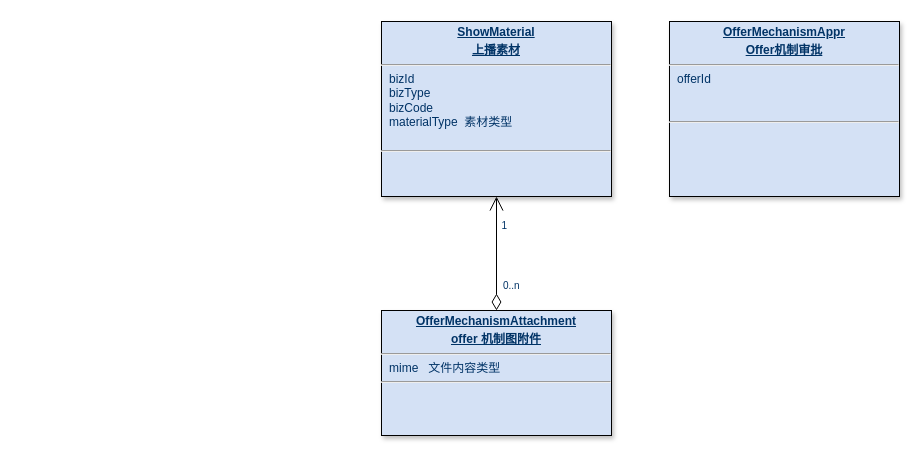
Before: page "Offer素材-设计" (20 of 23) of 美one.drawio in rockywade/draw, a draw.io diagram. Source tidied: cells renumbered, new cells numbered last; positions are measured from the earlier drawing's top-left corner, leaving out a move shared by most shapes. Both pictures are drawn from the tidied source at 100%, with x=0, y=0 at pixel (381, 21).
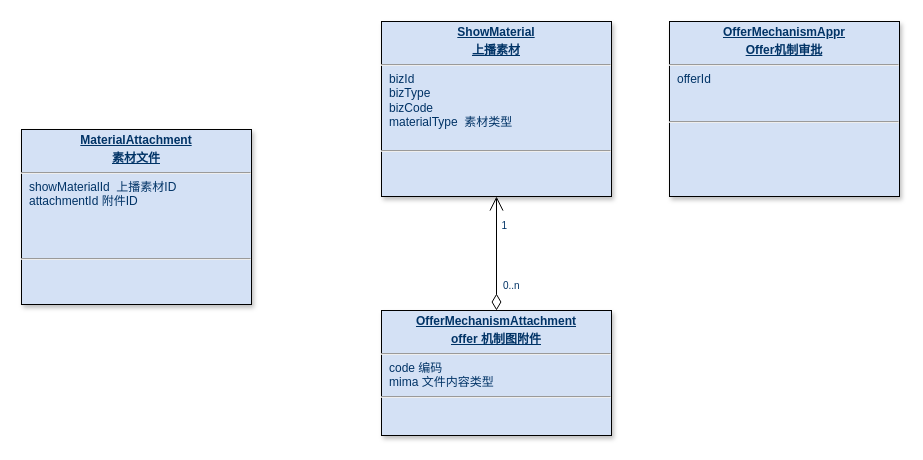
The same diagram, later.

Change to the diagram source:
```diff
@@
 <mxGraphModel>
   <root>
     <mxCell id="0" />
     <mxCell id="1" parent="0" />
     <mxCell id="2" value="&lt;p style=&quot;margin: 4px 0px 0px; text-align: center;&quot;&gt;&lt;span style=&quot;background-color: transparent; text-align: left;&quot;&gt;&lt;b&gt;&lt;u&gt;ShowMaterial&lt;/u&gt;&lt;/b&gt;&lt;/span&gt;&lt;/p&gt;&lt;p style=&quot;margin: 4px 0px 0px; text-align: center;&quot;&gt;&lt;span style=&quot;background-color: transparent; text-align: left;&quot;&gt;&lt;b&gt;&lt;u&gt;上播素材&lt;/u&gt;&lt;/b&gt;&lt;/span&gt;&lt;/p&gt;&lt;hr&gt;&lt;p style=&quot;margin: 0px; margin-left: 8px;&quot;&gt;bizId&lt;/p&gt;&lt;p style=&quot;margin: 0px; margin-left: 8px;&quot;&gt;bizType&lt;/p&gt;&lt;p style=&quot;margin: 0px; margin-left: 8px;&quot;&gt;bizCode&lt;/p&gt;&lt;p style=&quot;margin: 0px; margin-left: 8px;&quot;&gt;materialType&amp;nbsp;&amp;nbsp;素材类型&lt;/p&gt;&lt;p style=&quot;margin: 0px; margin-left: 8px;&quot;&gt;&lt;br&gt;&lt;/p&gt;&lt;hr&gt;&lt;p style=&quot;margin: 0px; margin-left: 8px;&quot;&gt;&lt;br&gt;&lt;/p&gt;&lt;p style=&quot;margin: 0px; margin-left: 8px;&quot;&gt;&lt;br&gt;&lt;/p&gt;" style="verticalAlign=top;align=left;overflow=fill;fontSize=12;fontFamily=Helvetica;html=1;strokeColor=default;shadow=1;fillColor=#D4E1F5;fontColor=#003366;rounded=0;glass=0;imageAspect=1;labelBackgroundColor=none;textShadow=0;direction=east;" parent="1" vertex="1">
       <mxGeometry width="230" height="175" as="geometry" />
     </mxCell>
-    <mxCell id="3" value="&lt;p style=&quot;margin: 4px 0px 0px; text-align: center;&quot;&gt;&lt;span style=&quot;background-color: transparent; text-align: left;&quot;&gt;&lt;b&gt;&lt;u&gt;OfferMechanismAttachment&lt;/u&gt;&lt;/b&gt;&lt;/span&gt;&lt;/p&gt;&lt;p style=&quot;margin: 4px 0px 0px; text-align: center;&quot;&gt;&lt;span style=&quot;background-color: transparent; text-align: left;&quot;&gt;&lt;b&gt;&lt;u&gt;offer 机制图附件&lt;/u&gt;&lt;/b&gt;&lt;/span&gt;&lt;/p&gt;&lt;hr&gt;&lt;p style=&quot;margin: 0px; margin-left: 8px;&quot;&gt;mime&amp;nbsp; &amp;nbsp;文件内容类型&lt;/p&gt;&lt;hr&gt;&lt;p style=&quot;margin: 0px; margin-left: 8px;&quot;&gt;&lt;br&gt;&lt;/p&gt;&lt;p style=&quot;margin: 0px; margin-left: 8px;&quot;&gt;&lt;br&gt;&lt;/p&gt;" style="verticalAlign=top;align=left;overflow=fill;fontSize=12;fontFamily=Helvetica;html=1;strokeColor=default;shadow=1;fillColor=#D4E1F5;fontColor=#003366;rounded=0;glass=0;imageAspect=1;labelBackgroundColor=none;textShadow=0;direction=east;" parent="1" vertex="1">
+    <mxCell id="3" value="&lt;p style=&quot;margin: 4px 0px 0px; text-align: center;&quot;&gt;&lt;span style=&quot;background-color: transparent; text-align: left;&quot;&gt;&lt;b&gt;&lt;u&gt;OfferMechanismAttachment&lt;/u&gt;&lt;/b&gt;&lt;/span&gt;&lt;/p&gt;&lt;p style=&quot;margin: 4px 0px 0px; text-align: center;&quot;&gt;&lt;span style=&quot;background-color: transparent; text-align: left;&quot;&gt;&lt;b&gt;&lt;u&gt;offer 机制图附件&lt;/u&gt;&lt;/b&gt;&lt;/span&gt;&lt;/p&gt;&lt;hr&gt;&lt;p style=&quot;margin: 0px; margin-left: 8px;&quot;&gt;code 编码&lt;/p&gt;&lt;p style=&quot;margin: 0px; margin-left: 8px;&quot;&gt;mima 文件内容类型&lt;/p&gt;&lt;hr&gt;&lt;p style=&quot;margin: 0px; margin-left: 8px;&quot;&gt;&lt;br&gt;&lt;/p&gt;&lt;p style=&quot;margin: 0px; margin-left: 8px;&quot;&gt;&lt;br&gt;&lt;/p&gt;" style="verticalAlign=top;align=left;overflow=fill;fontSize=12;fontFamily=Helvetica;html=1;strokeColor=default;shadow=1;fillColor=#D4E1F5;fontColor=#003366;rounded=0;glass=0;imageAspect=1;labelBackgroundColor=none;textShadow=0;direction=east;" parent="1" vertex="1">
       <mxGeometry y="289" width="230" height="125" as="geometry" />
     </mxCell>
     <mxCell id="4" style="endArrow=open;endSize=12;startArrow=diamondThin;startSize=14;startFill=0;edgeStyle=orthogonalEdgeStyle;exitX=0.5;exitY=0;exitDx=0;exitDy=0;" parent="1" edge="1" source="3" target="2">
       <mxGeometry x="-377.9" y="803.2" as="geometry" />
     </mxCell>
     <mxCell id="5" value="0..n" style="align=left;verticalAlign=top;labelBackgroundColor=#ffffff;fontSize=10;strokeColor=#003366;shadow=1;fillColor=#D4E1F5;fontColor=#003366;" parent="4" vertex="1">
       <mxGeometry x="-1" relative="1" as="geometry">
         <mxPoint x="5" y="-37" as="offset" />
       </mxGeometry>
     </mxCell>
     <mxCell id="6" value="1" style="align=right;verticalAlign=top;labelBackgroundColor=#ffffff;fontSize=10;strokeColor=#003366;shadow=1;fillColor=#D4E1F5;fontColor=#003366;" parent="4" vertex="1">
       <mxGeometry x="1" relative="1" as="geometry">
         <mxPoint x="12" y="17" as="offset" />
       </mxGeometry>
     </mxCell>
     <mxCell id="7" value="&lt;p style=&quot;margin: 4px 0px 0px; text-align: center;&quot;&gt;&lt;span style=&quot;background-color: transparent; text-align: left;&quot;&gt;&lt;b&gt;&lt;u&gt;OfferMechanismAppr&lt;/u&gt;&lt;/b&gt;&lt;/span&gt;&lt;/p&gt;&lt;p style=&quot;margin: 4px 0px 0px; text-align: center;&quot;&gt;&lt;span style=&quot;background-color: transparent; text-align: left;&quot;&gt;&lt;b&gt;&lt;u&gt;Offer机制审批&lt;/u&gt;&lt;/b&gt;&lt;/span&gt;&lt;/p&gt;&lt;hr&gt;&lt;p style=&quot;margin: 0px; margin-left: 8px;&quot;&gt;offerId&lt;/p&gt;&lt;p style=&quot;margin: 0px; margin-left: 8px;&quot;&gt;&lt;br&gt;&lt;/p&gt;&lt;p style=&quot;margin: 0px; margin-left: 8px;&quot;&gt;&lt;br&gt;&lt;/p&gt;&lt;hr&gt;&lt;p style=&quot;margin: 0px; margin-left: 8px;&quot;&gt;&lt;br&gt;&lt;/p&gt;&lt;p style=&quot;margin: 0px; margin-left: 8px;&quot;&gt;&lt;br&gt;&lt;/p&gt;" style="verticalAlign=top;align=left;overflow=fill;fontSize=12;fontFamily=Helvetica;html=1;strokeColor=default;shadow=1;fillColor=#D4E1F5;fontColor=#003366;rounded=0;glass=0;imageAspect=1;labelBackgroundColor=none;textShadow=0;direction=east;" parent="1" vertex="1">
       <mxGeometry x="288" width="230" height="175" as="geometry" />
     </mxCell>
+    <mxCell id="8" value="&lt;p style=&quot;margin: 4px 0px 0px; text-align: center;&quot;&gt;&lt;span style=&quot;background-color: transparent; text-align: left;&quot;&gt;&lt;b&gt;&lt;u&gt;MaterialAttachment&lt;/u&gt;&lt;/b&gt;&lt;/span&gt;&lt;/p&gt;&lt;p style=&quot;margin: 4px 0px 0px; text-align: center;&quot;&gt;&lt;span style=&quot;background-color: transparent; text-align: left;&quot;&gt;&lt;b&gt;&lt;u&gt;素材文件&lt;/u&gt;&lt;/b&gt;&lt;/span&gt;&lt;/p&gt;&lt;hr&gt;&lt;p style=&quot;margin: 0px; margin-left: 8px;&quot;&gt;showMaterialId&amp;nbsp; 上播素材ID&lt;/p&gt;&lt;p style=&quot;margin: 0px; margin-left: 8px;&quot;&gt;attachmentId 附件ID&lt;/p&gt;&lt;p style=&quot;margin: 0px; margin-left: 8px;&quot;&gt;&lt;br&gt;&lt;/p&gt;&lt;p style=&quot;margin: 0px; margin-left: 8px;&quot;&gt;&lt;br&gt;&lt;/p&gt;&lt;p style=&quot;margin: 0px; margin-left: 8px;&quot;&gt;&lt;br&gt;&lt;/p&gt;&lt;hr&gt;&lt;p style=&quot;margin: 0px; margin-left: 8px;&quot;&gt;&lt;br&gt;&lt;/p&gt;&lt;p style=&quot;margin: 0px; margin-left: 8px;&quot;&gt;&lt;br&gt;&lt;/p&gt;" style="verticalAlign=top;align=left;overflow=fill;fontSize=12;fontFamily=Helvetica;html=1;strokeColor=default;shadow=1;fillColor=#D4E1F5;fontColor=#003366;rounded=0;glass=0;imageAspect=1;labelBackgroundColor=none;textShadow=0;direction=east;" parent="1" vertex="1">
+      <mxGeometry x="-360" y="108" width="230" height="175" as="geometry" />
+    </mxCell>
   </root>
 </mxGraphModel>
```
